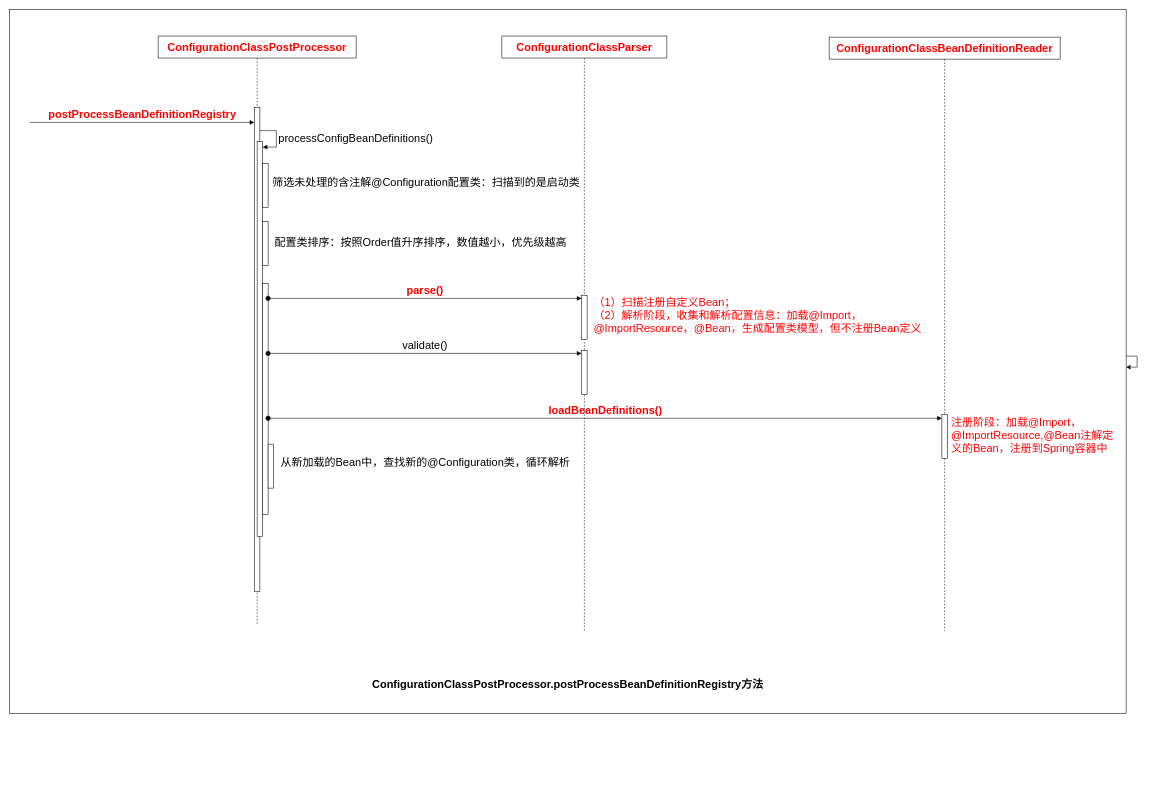
Above: dubbo-learning-doc/drawio/源码分析/3_Spring注册Bean定义/过程分析/2_ConfigurationClassPostProcessor_postProcessBeanDefinitionRegistry.drawio in czwer/dubbo-learning (draw.io), before the change. Source tidied: cells renumbered, new cells numbered last; positions are measured from the earlier drawing's top-left corner, leaving out a move shared by most shapes. Both pictures are drawn from the tidied source at 55%, with x=0, y=0 at pixel (9, 9).
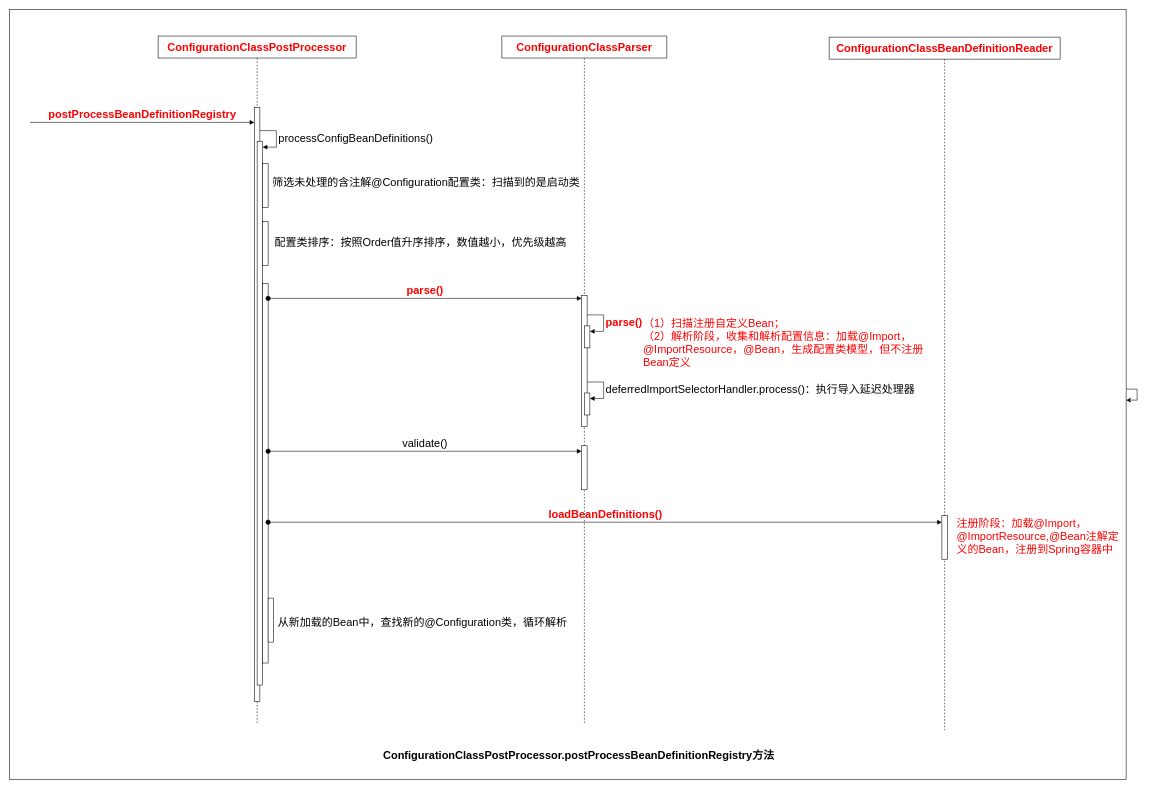
The same page after the edit.

Change to the diagram source:
```diff
@@
     <mxCell id="2" style="rounded=0;whiteSpace=wrap;html=1;fontSize=20;" parent="1" vertex="1">
-      <mxGeometry width="2030" height="1280" as="geometry" />
+      <mxGeometry width="2030" height="1400" as="geometry" />
     </mxCell>
     <mxCell id="3" value="&lt;span style=&quot;&quot;&gt;&lt;b&gt;ConfigurationClassPostProcessor&lt;/b&gt;&lt;/span&gt;" style="shape=umlLifeline;whiteSpace=wrap;html=1;newEdgeStyle={&quot;curved&quot;:0,&quot;rounded&quot;:0};fontSize=20;fontStyle=0;perimeter=rectanglePerimeter;targetShapes=umlLifeline;participant=label;fontColor=#FF0000;" parent="1" vertex="1">
-      <mxGeometry x="270" y="48" width="360" height="1072" as="geometry" />
+      <mxGeometry x="270" y="48" width="360" height="1252" as="geometry" />
     </mxCell>
     <mxCell id="4" style="html=1;points=[[0,0,0,0,5],[0,1,0,0,-5],[1,0,0,0,5],[1,1,0,0,-5]];perimeter=orthogonalPerimeter;outlineConnect=0;targetShapes=umlLifeline;portConstraint=eastwest;newEdgeStyle={&quot;curved&quot;:0,&quot;rounded&quot;:0};fontSize=20;" parent="3" vertex="1">
-      <mxGeometry x="175" y="130" width="10" height="880" as="geometry" />
+      <mxGeometry x="175" y="130" width="10" height="1080" as="geometry" />
     </mxCell>
     <mxCell id="5" style="html=1;points=[[0,0,0,0,5],[0,1,0,0,-5],[1,0,0,0,5],[1,1,0,0,-5]];perimeter=orthogonalPerimeter;outlineConnect=0;targetShapes=umlLifeline;portConstraint=eastwest;newEdgeStyle={&quot;curved&quot;:0,&quot;rounded&quot;:0};" parent="3" vertex="1">
-      <mxGeometry x="180" y="192" width="10" height="718" as="geometry" />
+      <mxGeometry x="180" y="192" width="10" height="988" as="geometry" />
     </mxCell>
@@
     <mxCell id="9" style="html=1;points=[[0,0,0,0,5],[0,1,0,0,-5],[1,0,0,0,5],[1,1,0,0,-5]];perimeter=orthogonalPerimeter;outlineConnect=0;targetShapes=umlLifeline;portConstraint=eastwest;newEdgeStyle={&quot;curved&quot;:0,&quot;rounded&quot;:0};" parent="3" vertex="1">
-      <mxGeometry x="190" y="450" width="10" height="420" as="geometry" />
+      <mxGeometry x="190" y="450" width="10" height="690" as="geometry" />
     </mxCell>
-    <mxCell id="10" value="&lt;b&gt;&lt;font style=&quot;color: rgb(255, 0, 0);&quot;&gt;loadBeanDefinitions()&lt;/font&gt;&lt;/b&gt;" style="html=1;verticalAlign=bottom;startArrow=oval;endArrow=block;startSize=8;curved=0;rounded=0;entryX=0;entryY=0;entryDx=0;entryDy=5;fontSize=20;" parent="3" edge="1" source="9">
+    <mxCell id="10" value="&lt;b&gt;&lt;font style=&quot;color: rgb(255, 0, 0);&quot;&gt;loadBeanDefinitions()&lt;/font&gt;&lt;/b&gt;" style="html=1;verticalAlign=bottom;startArrow=oval;endArrow=block;startSize=8;curved=0;rounded=0;entryX=0;entryY=0;entryDx=0;entryDy=5;fontSize=20;" parent="3" edge="1">
       <mxGeometry relative="1" as="geometry">
-        <mxPoint x="1425" y="695" as="targetPoint" />
+        <mxPoint x="200" y="884" as="sourcePoint" />
+        <mxPoint x="1425" y="884" as="targetPoint" />
       </mxGeometry>
     </mxCell>
     <mxCell id="11" style="html=1;perimeter=orthogonalPerimeter;targetShapes=umlLifeline;newEdgeStyle={&quot;curved&quot;:0,&quot;rounded&quot;:0};" parent="3" vertex="1">
-      <mxGeometry x="200" y="742" width="10" height="80" as="geometry" />
+      <mxGeometry x="200" y="1022" width="10" height="80" as="geometry" />
     </mxCell>
@@
     <mxCell id="13" value="&lt;font style=&quot;color: rgb(0, 0, 0);&quot;&gt;&lt;b&gt;ConfigurationClassPostProcessor&lt;/b&gt;.&lt;span style=&quot;text-wrap-mode: nowrap; background-color: rgb(255, 255, 255);&quot;&gt;postProcessBeanDefinitionRegistry&lt;/span&gt;&lt;span style=&quot;background-color: transparent;&quot;&gt;方法&lt;/span&gt;&lt;/font&gt;" style="text;html=1;whiteSpace=wrap;strokeColor=none;fillColor=none;align=center;verticalAlign=middle;rounded=0;fontSize=20;fontStyle=1;" parent="1" vertex="1">
-      <mxGeometry x="610" y="1190" width="810" height="70" as="geometry" />
+      <mxGeometry x="630" y="1320" width="810" height="70" as="geometry" />
     </mxCell>
     <mxCell id="14" value="&lt;span style=&quot;text-align: left; text-wrap-mode: nowrap; background-color: rgb(255, 255, 255);&quot;&gt;ConfigurationClassParser&lt;/span&gt;" style="shape=umlLifeline;perimeter=lifelinePerimeter;whiteSpace=wrap;html=1;newEdgeStyle={&quot;curved&quot;:0,&quot;rounded&quot;:0};fontSize=20;fontStyle=1;fontColor=#FF0000;" parent="1" vertex="1">
-      <mxGeometry x="895" y="48" width="300" height="1082" as="geometry" />
+      <mxGeometry x="895" y="48" width="300" height="1252" as="geometry" />
     </mxCell>
     <mxCell id="15" style="html=1;points=[[0,0,0,0,5],[0,1,0,0,-5],[1,0,0,0,5],[1,1,0,0,-5]];perimeter=orthogonalPerimeter;outlineConnect=0;targetShapes=umlLifeline;portConstraint=eastwest;newEdgeStyle={&quot;curved&quot;:0,&quot;rounded&quot;:0};" parent="14" vertex="1">
-      <mxGeometry x="145" y="472" width="10" height="80" as="geometry" />
+      <mxGeometry x="145" y="472" width="10" height="238" as="geometry" />
     </mxCell>
+    <mxCell id="27" style="html=1;points=[[0,0,0,0,5],[0,1,0,0,-5],[1,0,0,0,5],[1,1,0,0,-5]];perimeter=orthogonalPerimeter;outlineConnect=0;targetShapes=umlLifeline;portConstraint=eastwest;newEdgeStyle={&quot;curved&quot;:0,&quot;rounded&quot;:0};" parent="14" vertex="1">
+      <mxGeometry x="150" y="527" width="10" height="40" as="geometry" />
+    </mxCell>
+    <mxCell id="28" value="&lt;span style=&quot;color: rgb(255, 0, 0); font-size: 20px; font-weight: 700; text-align: center;&quot;&gt;parse()&lt;/span&gt;" style="html=1;align=left;spacingLeft=2;endArrow=block;rounded=0;edgeStyle=orthogonalEdgeStyle;curved=0;rounded=0;" parent="14" edge="1" target="27">
+      <mxGeometry relative="1" as="geometry">
+        <mxPoint x="155" y="507" as="sourcePoint" />
+        <Array as="points">
+          <mxPoint x="185" y="537" />
+        </Array>
+      </mxGeometry>
+    </mxCell>
+    <mxCell id="29" style="html=1;points=[[0,0,0,0,5],[0,1,0,0,-5],[1,0,0,0,5],[1,1,0,0,-5]];perimeter=orthogonalPerimeter;outlineConnect=0;targetShapes=umlLifeline;portConstraint=eastwest;newEdgeStyle={&quot;curved&quot;:0,&quot;rounded&quot;:0};" parent="14" vertex="1">
+      <mxGeometry x="150" y="649" width="10" height="40" as="geometry" />
+    </mxCell>
+    <mxCell id="30" value="deferredImportSelectorHandler.process()：执行导入延迟处理器" style="html=1;align=left;spacingLeft=2;endArrow=block;rounded=0;edgeStyle=orthogonalEdgeStyle;curved=0;rounded=0;fontSize=20;" parent="14" edge="1" target="29">
+      <mxGeometry relative="1" as="geometry">
+        <mxPoint x="155" y="629" as="sourcePoint" />
+        <Array as="points">
+          <mxPoint x="185" y="659" />
+        </Array>
+      </mxGeometry>
+    </mxCell>
@@
     <mxCell id="18" style="html=1;points=[[0,0,0,0,5],[0,1,0,0,-5],[1,0,0,0,5],[1,1,0,0,-5]];perimeter=orthogonalPerimeter;outlineConnect=0;targetShapes=umlLifeline;portConstraint=eastwest;newEdgeStyle={&quot;curved&quot;:0,&quot;rounded&quot;:0};" parent="1" vertex="1">
-      <mxGeometry x="1040" y="620" width="10" height="80" as="geometry" />
+      <mxGeometry x="1040" y="793" width="10" height="80" as="geometry" />
     </mxCell>
-    <mxCell id="19" value="&lt;div&gt;&lt;span style=&quot;color: rgb(255, 0, 0); font-size: 20px; text-wrap-mode: nowrap; background-color: rgb(255, 255, 255);&quot;&gt;（1）扫描注册自定义Bean；&lt;/span&gt;&lt;/div&gt;&lt;span style=&quot;color: rgb(255, 0, 0); font-size: 20px; text-wrap-mode: nowrap; background-color: rgb(255, 255, 255);&quot;&gt;（2）解析阶段，收集和解析配置信息：加载@Import，&lt;/span&gt;&lt;span style=&quot;color: rgb(255, 0, 0); font-size: 20px; text-wrap-mode: nowrap; background-color: transparent;&quot;&gt;@ImportResource，@Bean，生成配置类模型，但不注册Bean定义&lt;/span&gt;" style="text;html=1;align=left;verticalAlign=middle;whiteSpace=wrap;rounded=0;" parent="1" vertex="1">
-      <mxGeometry x="1060" y="510" width="620" height="90" as="geometry" />
+    <mxCell id="19" value="&lt;div&gt;&lt;span style=&quot;color: rgb(255, 0, 0); font-size: 20px; text-wrap-mode: nowrap; background-color: rgb(255, 255, 255);&quot;&gt;（1）扫描注册自定义Bean；&lt;/span&gt;&lt;/div&gt;&lt;span style=&quot;color: rgb(255, 0, 0); font-size: 20px; text-wrap-mode: nowrap; background-color: rgb(255, 255, 255);&quot;&gt;（2）解析阶段，收集和解析配置信息：加载@Import，&lt;/span&gt;&lt;span style=&quot;color: rgb(255, 0, 0); font-size: 20px; text-wrap-mode: nowrap; background-color: transparent;&quot;&gt;@ImportResource，@Bean，生成配置类模型，但不注册&lt;/span&gt;&lt;div&gt;&lt;span style=&quot;color: rgb(255, 0, 0); font-size: 20px; text-wrap-mode: nowrap; background-color: transparent;&quot;&gt;Bean定义&lt;/span&gt;&lt;/div&gt;" style="text;html=1;align=left;verticalAlign=middle;whiteSpace=wrap;rounded=0;" parent="1" vertex="1">
+      <mxGeometry x="1150" y="560" width="620" height="90" as="geometry" />
     </mxCell>
     <mxCell id="20" value="&lt;span style=&quot;text-align: left; text-wrap-mode: nowrap; background-color: rgb(255, 255, 255);&quot;&gt;ConfigurationClassBeanDefinitionReader&lt;/span&gt;" style="shape=umlLifeline;perimeter=lifelinePerimeter;whiteSpace=wrap;html=1;newEdgeStyle={&quot;curved&quot;:0,&quot;rounded&quot;:0};fontSize=20;fontStyle=1;fontColor=#FF0000;" parent="1" vertex="1">
-      <mxGeometry x="1490" y="50" width="420" height="1080" as="geometry" />
+      <mxGeometry x="1490" y="50" width="420" height="1260" as="geometry" />
     </mxCell>
     <mxCell id="21" style="html=1;perimeter=orthogonalPerimeter;targetShapes=umlLifeline;newEdgeStyle={&quot;curved&quot;:0,&quot;rounded&quot;:0};" parent="20" vertex="1">
-      <mxGeometry x="205" y="686" width="10" height="80" as="geometry" />
+      <mxGeometry x="205" y="870" width="10" height="80" as="geometry" />
     </mxCell>
@@
-    <mxCell id="23" value="validate()" style="html=1;verticalAlign=bottom;startArrow=oval;endArrow=block;startSize=8;curved=0;rounded=0;entryX=0;entryY=0;entryDx=0;entryDy=5;fontSize=20;" parent="1" edge="1" source="9" target="18">
-      <mxGeometry relative="1" as="geometry" />
+    <mxCell id="23" value="validate()" style="html=1;verticalAlign=bottom;startArrow=oval;endArrow=block;startSize=8;curved=0;rounded=0;entryX=0;entryY=0;entryDx=0;entryDy=5;fontSize=20;" parent="1" edge="1">
+      <mxGeometry relative="1" as="geometry">
+        <mxPoint x="470" y="803" as="sourcePoint" />
+        <mxPoint x="1040" y="803" as="targetPoint" />
+      </mxGeometry>
     </mxCell>
     <mxCell id="24" value="从新加载的Bean中，查找新的@Configuration类，循环解析" style="text;html=1;align=left;verticalAlign=middle;whiteSpace=wrap;rounded=0;fontSize=20;" parent="1" vertex="1">
-      <mxGeometry x="491" y="800" width="559" height="45" as="geometry" />
+      <mxGeometry x="486" y="1090" width="559" height="45" as="geometry" />
     </mxCell>
     <mxCell id="25" value="注册阶段：加载@Import，&lt;div&gt;@ImportResource,@Bean注解定义的Bean，注册到Spring容器中&lt;/div&gt;" style="text;html=1;align=left;verticalAlign=middle;whiteSpace=wrap;rounded=0;fontColor=#FF0000;fontSize=20;" parent="1" vertex="1">
-      <mxGeometry x="1710" y="736" width="300" height="74" as="geometry" />
+      <mxGeometry x="1720" y="920" width="300" height="74" as="geometry" />
     </mxCell>
```
